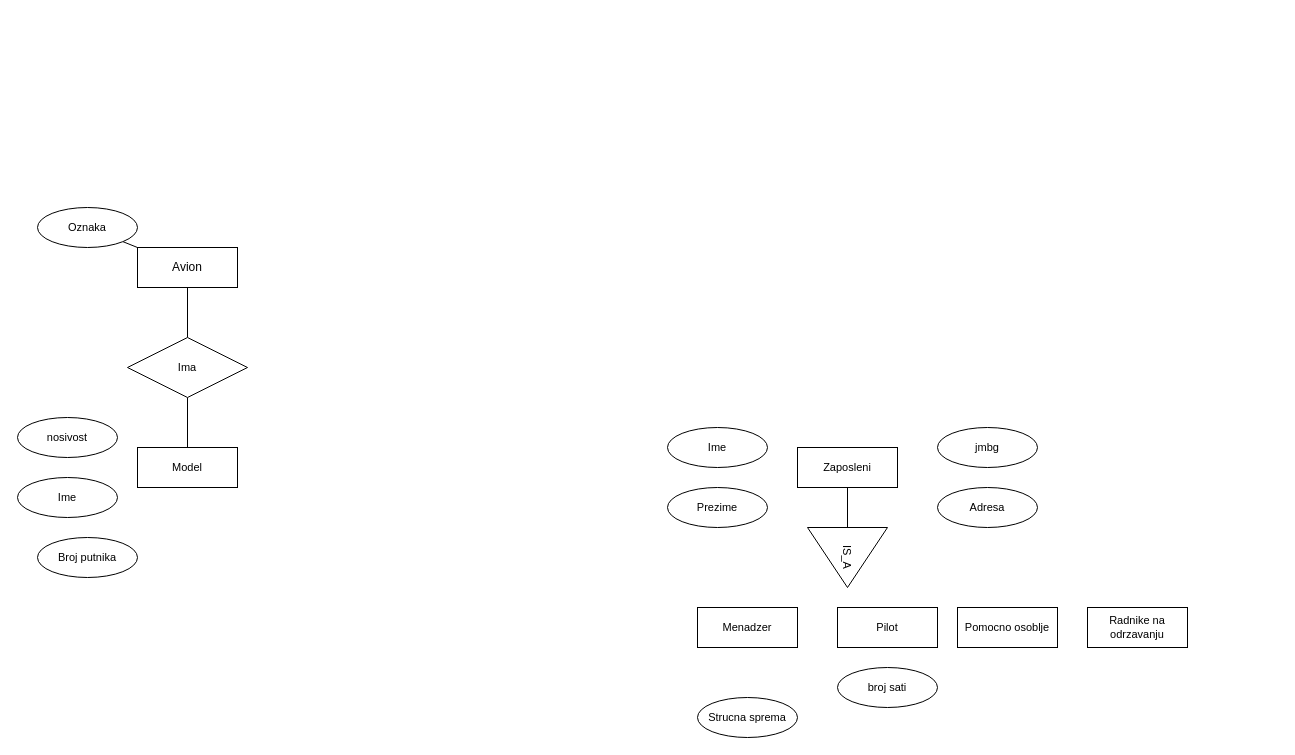
Before: Untitled Diagram.drawio in Shrimp22/aviocompany_jdbc, a draw.io diagram. Source tidied: cells renumbered, new cells numbered last; positions are measured from the earlier drawing's top-left corner, leaving out a move shared by most shapes. Both pictures are drawn from the tidied source at 100%, with x=0, y=0 at pixel (17, 207).
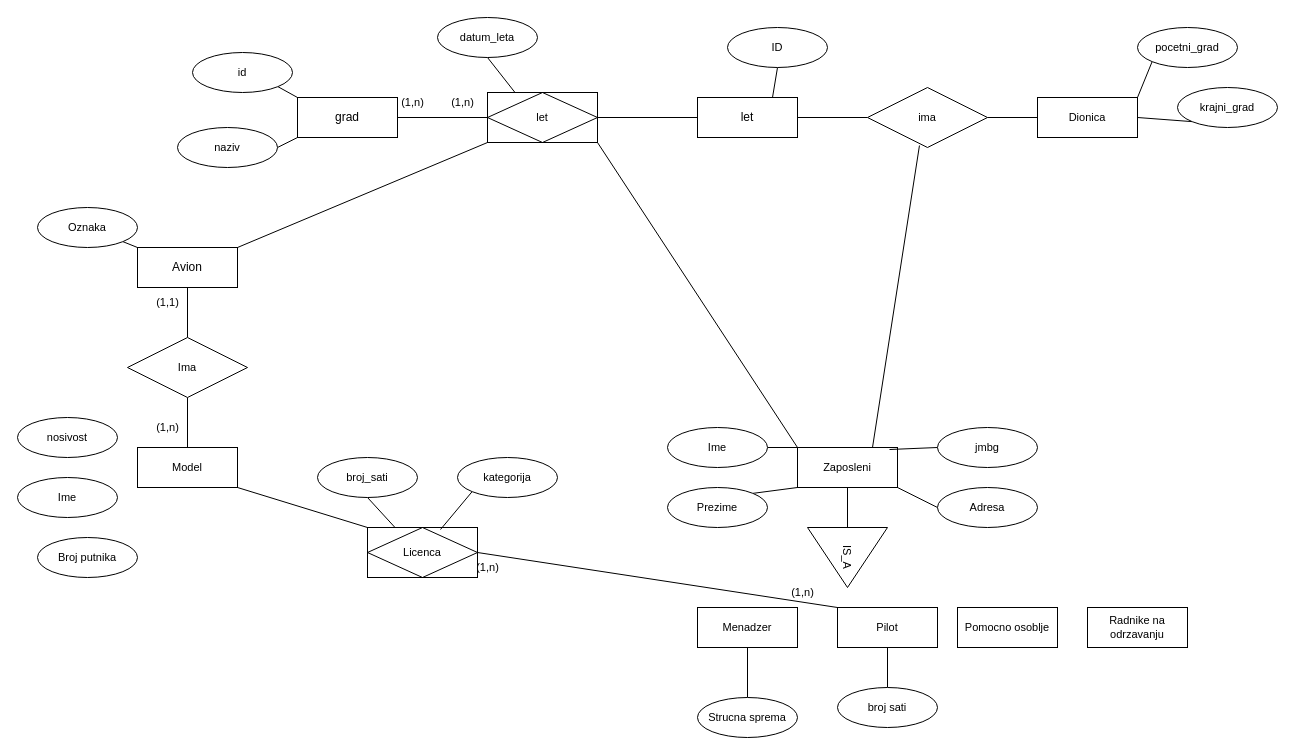
The same page after the edit.

The change refers to these unchanged cells:
```xml
<mxCell id="2" value="Avion" style="whiteSpace=wrap;html=1;align=center;" parent="1" vertex="1">
  <mxGeometry x="120" y="40" width="100" height="40" as="geometry" />
</mxCell>
<mxCell id="5" value="Model" style="whiteSpace=wrap;html=1;align=center;fontFamily=Helvetica;fontSize=11;fontColor=default;" parent="1" vertex="1">
  <mxGeometry x="120" y="240" width="100" height="40" as="geometry" />
</mxCell>
<mxCell id="13" value="Zaposleni" style="whiteSpace=wrap;html=1;align=center;fontFamily=Helvetica;fontSize=11;fontColor=default;" parent="1" vertex="1">
  <mxGeometry x="780" y="240" width="100" height="40" as="geometry" />
</mxCell>
<mxCell id="15" value="Menadzer" style="whiteSpace=wrap;html=1;align=center;fontFamily=Helvetica;fontSize=11;fontColor=default;" parent="1" vertex="1">
  <mxGeometry x="680" y="400" width="100" height="40" as="geometry" />
</mxCell>
<mxCell id="16" value="Pilot" style="whiteSpace=wrap;html=1;align=center;fontFamily=Helvetica;fontSize=11;fontColor=default;" parent="1" vertex="1">
  <mxGeometry x="820" y="400" width="100" height="40" as="geometry" />
</mxCell>
<mxCell id="19" value="Ime" style="ellipse;whiteSpace=wrap;html=1;align=center;fontFamily=Helvetica;fontSize=11;fontColor=default;" parent="1" vertex="1">
  <mxGeometry x="650" y="220" width="100" height="40" as="geometry" />
</mxCell>
<mxCell id="20" value="Prezime" style="ellipse;whiteSpace=wrap;html=1;align=center;fontFamily=Helvetica;fontSize=11;fontColor=default;" parent="1" vertex="1">
  <mxGeometry x="650" y="280" width="100" height="40" as="geometry" />
</mxCell>
<mxCell id="21" value="jmbg" style="ellipse;whiteSpace=wrap;html=1;align=center;fontFamily=Helvetica;fontSize=11;fontColor=default;" parent="1" vertex="1">
  <mxGeometry x="920" y="220" width="100" height="40" as="geometry" />
</mxCell>
<mxCell id="22" value="Adresa" style="ellipse;whiteSpace=wrap;html=1;align=center;fontFamily=Helvetica;fontSize=11;fontColor=default;" parent="1" vertex="1">
  <mxGeometry x="920" y="280" width="100" height="40" as="geometry" />
</mxCell>
<mxCell id="23" value="Strucna sprema" style="ellipse;whiteSpace=wrap;html=1;align=center;fontFamily=Helvetica;fontSize=11;fontColor=default;" parent="1" vertex="1">
  <mxGeometry x="680" y="490" width="100" height="40" as="geometry" />
</mxCell>
```

Diff of the diagram source:
```diff
@@
+    <mxCell id="25" style="edgeStyle=none;shape=connector;rounded=0;jettySize=auto;html=1;exitX=1;exitY=0;exitDx=0;exitDy=0;entryX=0;entryY=1;entryDx=0;entryDy=0;labelBackgroundColor=default;strokeColor=default;fontFamily=Helvetica;fontSize=11;fontColor=default;endArrow=none;" parent="1" edge="1" source="2" target="40">
+      <mxGeometry relative="1" as="geometry" />
+    </mxCell>
@@
+    <mxCell id="26" style="edgeStyle=none;shape=connector;rounded=0;jettySize=auto;html=1;exitX=1;exitY=1;exitDx=0;exitDy=0;entryX=0;entryY=0;entryDx=0;entryDy=0;labelBackgroundColor=default;strokeColor=default;fontFamily=Helvetica;fontSize=11;fontColor=default;endArrow=none;" parent="1" edge="1" source="5" target="42">
+      <mxGeometry relative="1" as="geometry" />
+    </mxCell>
@@
+    <mxCell id="27" style="edgeStyle=none;shape=connector;rounded=0;jettySize=auto;html=1;exitX=0;exitY=0;exitDx=0;exitDy=0;entryX=1;entryY=1;entryDx=0;entryDy=0;labelBackgroundColor=default;strokeColor=default;fontFamily=Helvetica;fontSize=11;fontColor=default;endArrow=none;" parent="1" edge="1" source="13" target="40">
+      <mxGeometry relative="1" as="geometry" />
+    </mxCell>
+    <mxCell id="28" style="edgeStyle=none;shape=connector;rounded=0;jettySize=auto;html=1;exitX=0.75;exitY=0;exitDx=0;exitDy=0;entryX=0.433;entryY=0.967;entryDx=0;entryDy=0;entryPerimeter=0;labelBackgroundColor=default;strokeColor=default;fontFamily=Helvetica;fontSize=11;fontColor=default;endArrow=none;" parent="1" edge="1" source="13" target="53">
+      <mxGeometry relative="1" as="geometry" />
+    </mxCell>
@@
+    <mxCell id="29" style="edgeStyle=none;shape=connector;rounded=0;jettySize=auto;html=1;exitX=1;exitY=0.5;exitDx=0;exitDy=0;entryX=0;entryY=0;entryDx=0;entryDy=0;labelBackgroundColor=default;strokeColor=default;fontFamily=Helvetica;fontSize=11;fontColor=default;endArrow=none;" parent="1" edge="1" source="19" target="13">
+      <mxGeometry relative="1" as="geometry" />
+    </mxCell>
@@
+    <mxCell id="30" style="edgeStyle=none;shape=connector;rounded=0;jettySize=auto;html=1;exitX=1;exitY=0;exitDx=0;exitDy=0;entryX=0;entryY=1;entryDx=0;entryDy=0;labelBackgroundColor=default;strokeColor=default;fontFamily=Helvetica;fontSize=11;fontColor=default;endArrow=none;" parent="1" edge="1" source="20" target="13">
+      <mxGeometry relative="1" as="geometry" />
+    </mxCell>
@@
+    <mxCell id="31" style="edgeStyle=none;shape=connector;rounded=0;jettySize=auto;html=1;exitX=0;exitY=0.5;exitDx=0;exitDy=0;entryX=0.92;entryY=0.05;entryDx=0;entryDy=0;entryPerimeter=0;labelBackgroundColor=default;strokeColor=default;fontFamily=Helvetica;fontSize=11;fontColor=default;endArrow=none;" parent="1" edge="1" source="21" target="13">
+      <mxGeometry relative="1" as="geometry" />
+    </mxCell>
@@
+    <mxCell id="32" style="edgeStyle=none;shape=connector;rounded=0;jettySize=auto;html=1;exitX=0;exitY=0.5;exitDx=0;exitDy=0;entryX=1;entryY=1;entryDx=0;entryDy=0;labelBackgroundColor=default;strokeColor=default;fontFamily=Helvetica;fontSize=11;fontColor=default;endArrow=none;" parent="1" edge="1" source="22" target="13">
+      <mxGeometry relative="1" as="geometry" />
+    </mxCell>
@@
+    <mxCell id="33" style="edgeStyle=none;shape=connector;rounded=0;jettySize=auto;html=1;exitX=0.5;exitY=0;exitDx=0;exitDy=0;entryX=0.5;entryY=1;entryDx=0;entryDy=0;labelBackgroundColor=default;strokeColor=default;fontFamily=Helvetica;fontSize=11;fontColor=default;endArrow=none;" parent="1" edge="1" source="23" target="15">
+      <mxGeometry relative="1" as="geometry" />
+    </mxCell>
@@
+    <mxCell id="34" style="edgeStyle=none;shape=connector;rounded=0;jettySize=auto;html=1;exitX=0.5;exitY=0;exitDx=0;exitDy=0;entryX=0.5;entryY=1;entryDx=0;entryDy=0;labelBackgroundColor=default;strokeColor=default;fontFamily=Helvetica;fontSize=11;fontColor=default;endArrow=none;" parent="1" edge="1" source="24" target="16">
+      <mxGeometry relative="1" as="geometry" />
+    </mxCell>
     <mxCell id="24" value="broj sati" style="ellipse;whiteSpace=wrap;html=1;align=center;fontFamily=Helvetica;fontSize=11;fontColor=default;" parent="1" vertex="1">
-      <mxGeometry x="820" y="460" width="100" height="40" as="geometry" />
+      <mxGeometry x="820" y="480" width="100" height="40" as="geometry" />
     </mxCell>
+    <mxCell id="35" value="grad" style="whiteSpace=wrap;html=1;align=center;" parent="1" vertex="1">
+      <mxGeometry x="280" y="-110" width="100" height="40" as="geometry" />
+    </mxCell>
+    <mxCell id="36" style="edgeStyle=none;shape=connector;rounded=0;jettySize=auto;html=1;exitX=1;exitY=0.5;exitDx=0;exitDy=0;labelBackgroundColor=default;strokeColor=default;fontFamily=Helvetica;fontSize=11;fontColor=default;endArrow=none;" parent="1" edge="1" source="37">
+      <mxGeometry relative="1" as="geometry">
+        <mxPoint x="850" y="-90" as="targetPoint" />
+      </mxGeometry>
+    </mxCell>
+    <mxCell id="37" value="let" style="whiteSpace=wrap;html=1;align=center;" parent="1" vertex="1">
+      <mxGeometry x="680" y="-110" width="100" height="40" as="geometry" />
+    </mxCell>
+    <mxCell id="38" style="edgeStyle=none;shape=connector;rounded=0;jettySize=auto;html=1;exitX=1;exitY=0.5;exitDx=0;exitDy=0;entryX=0;entryY=0.5;entryDx=0;entryDy=0;labelBackgroundColor=default;strokeColor=default;fontFamily=Helvetica;fontSize=11;fontColor=default;endArrow=none;" parent="1" edge="1" source="40" target="37">
+      <mxGeometry relative="1" as="geometry" />
+    </mxCell>
+    <mxCell id="39" style="edgeStyle=none;shape=connector;rounded=0;jettySize=auto;html=1;exitX=0;exitY=0.5;exitDx=0;exitDy=0;entryX=1;entryY=0.5;entryDx=0;entryDy=0;labelBackgroundColor=default;strokeColor=default;fontFamily=Helvetica;fontSize=11;fontColor=default;endArrow=none;" parent="1" edge="1" source="40" target="35">
+      <mxGeometry relative="1" as="geometry" />
+    </mxCell>
+    <mxCell id="40" value="let" style="shape=associativeEntity;whiteSpace=wrap;html=1;align=center;fontFamily=Helvetica;fontSize=11;fontColor=default;" parent="1" vertex="1">
+      <mxGeometry x="470" y="-115" width="110" height="50" as="geometry" />
+    </mxCell>
+    <mxCell id="41" style="edgeStyle=none;shape=connector;rounded=0;jettySize=auto;html=1;exitX=1;exitY=0.5;exitDx=0;exitDy=0;entryX=0;entryY=0;entryDx=0;entryDy=0;labelBackgroundColor=default;strokeColor=default;fontFamily=Helvetica;fontSize=11;fontColor=default;endArrow=none;" parent="1" edge="1" source="42" target="16">
+      <mxGeometry relative="1" as="geometry" />
+    </mxCell>
+    <mxCell id="42" value="Licenca" style="shape=associativeEntity;whiteSpace=wrap;html=1;align=center;fontFamily=Helvetica;fontSize=11;fontColor=default;" parent="1" vertex="1">
+      <mxGeometry x="350" y="320" width="110" height="50" as="geometry" />
+    </mxCell>
+    <mxCell id="43" style="edgeStyle=none;shape=connector;rounded=0;jettySize=auto;html=1;exitX=0.5;exitY=1;exitDx=0;exitDy=0;entryX=0.25;entryY=0;entryDx=0;entryDy=0;labelBackgroundColor=default;strokeColor=default;fontFamily=Helvetica;fontSize=11;fontColor=default;endArrow=none;" parent="1" edge="1" source="44" target="42">
+      <mxGeometry relative="1" as="geometry" />
+    </mxCell>
+    <mxCell id="44" value="broj_sati" style="ellipse;whiteSpace=wrap;html=1;align=center;fontFamily=Helvetica;fontSize=11;fontColor=default;" parent="1" vertex="1">
+      <mxGeometry x="300" y="250" width="100" height="40" as="geometry" />
+    </mxCell>
+    <mxCell id="45" style="edgeStyle=none;shape=connector;rounded=0;jettySize=auto;html=1;exitX=0;exitY=1;exitDx=0;exitDy=0;labelBackgroundColor=default;strokeColor=default;fontFamily=Helvetica;fontSize=11;fontColor=default;endArrow=none;" parent="1" edge="1" source="46">
+      <mxGeometry relative="1" as="geometry">
+        <mxPoint x="423" y="322" as="targetPoint" />
+      </mxGeometry>
+    </mxCell>
+    <mxCell id="46" value="kategorija" style="ellipse;whiteSpace=wrap;html=1;align=center;fontFamily=Helvetica;fontSize=11;fontColor=default;" parent="1" vertex="1">
+      <mxGeometry x="440" y="250" width="100" height="40" as="geometry" />
+    </mxCell>
+    <mxCell id="47" value="Dionica" style="whiteSpace=wrap;html=1;align=center;fontFamily=Helvetica;fontSize=11;fontColor=default;" parent="1" vertex="1">
+      <mxGeometry x="1020" y="-110" width="100" height="40" as="geometry" />
+    </mxCell>
+    <mxCell id="48" style="edgeStyle=none;shape=connector;rounded=0;jettySize=auto;html=1;exitX=0;exitY=1;exitDx=0;exitDy=0;entryX=1;entryY=0;entryDx=0;entryDy=0;labelBackgroundColor=default;strokeColor=default;fontFamily=Helvetica;fontSize=11;fontColor=default;endArrow=none;" parent="1" edge="1" source="49" target="47">
+      <mxGeometry relative="1" as="geometry" />
+    </mxCell>
+    <mxCell id="49" value="pocetni_grad" style="ellipse;whiteSpace=wrap;html=1;align=center;fontFamily=Helvetica;fontSize=11;fontColor=default;" parent="1" vertex="1">
+      <mxGeometry x="1120" y="-180" width="100" height="40" as="geometry" />
+    </mxCell>
+    <mxCell id="50" style="edgeStyle=none;shape=connector;rounded=0;jettySize=auto;html=1;exitX=0;exitY=1;exitDx=0;exitDy=0;entryX=1;entryY=0.5;entryDx=0;entryDy=0;labelBackgroundColor=default;strokeColor=default;fontFamily=Helvetica;fontSize=11;fontColor=default;endArrow=none;" parent="1" edge="1" source="51" target="47">
+      <mxGeometry relative="1" as="geometry" />
+    </mxCell>
+    <mxCell id="51" value="krajni_grad" style="ellipse;whiteSpace=wrap;html=1;align=center;fontFamily=Helvetica;fontSize=11;fontColor=default;" parent="1" vertex="1">
+      <mxGeometry x="1160" y="-120" width="100" height="40" as="geometry" />
+    </mxCell>
+    <mxCell id="52" style="edgeStyle=none;shape=connector;rounded=0;jettySize=auto;html=1;exitX=1;exitY=0.5;exitDx=0;exitDy=0;entryX=0;entryY=0.5;entryDx=0;entryDy=0;labelBackgroundColor=default;strokeColor=default;fontFamily=Helvetica;fontSize=11;fontColor=default;endArrow=none;" parent="1" edge="1" target="47">
+      <mxGeometry relative="1" as="geometry">
+        <mxPoint x="970" y="-90" as="sourcePoint" />
+      </mxGeometry>
+    </mxCell>
+    <mxCell id="53" value="ima" style="shape=rhombus;perimeter=rhombusPerimeter;whiteSpace=wrap;html=1;align=center;fontFamily=Helvetica;fontSize=11;fontColor=default;" parent="1" vertex="1">
+      <mxGeometry x="850" y="-120" width="120" height="60" as="geometry" />
+    </mxCell>
+    <mxCell id="54" value="(1,n)" style="text;html=1;align=center;verticalAlign=middle;strokeColor=none;fillColor=none;fontSize=11;fontFamily=Helvetica;fontColor=default;" parent="1" vertex="1">
+      <mxGeometry x="125" y="205" width="50" height="30" as="geometry" />
+    </mxCell>
+    <mxCell id="55" value="(1,1)" style="text;html=1;align=center;verticalAlign=middle;strokeColor=none;fillColor=none;fontSize=11;fontFamily=Helvetica;fontColor=default;" parent="1" vertex="1">
+      <mxGeometry x="125" y="80" width="50" height="30" as="geometry" />
+    </mxCell>
+    <mxCell id="56" value="(1,n)" style="text;html=1;align=center;verticalAlign=middle;strokeColor=none;fillColor=none;fontSize=11;fontFamily=Helvetica;fontColor=default;" parent="1" vertex="1">
+      <mxGeometry x="760" y="370" width="50" height="30" as="geometry" />
+    </mxCell>
+    <mxCell id="57" value="(1,n)" style="text;html=1;align=center;verticalAlign=middle;strokeColor=none;fillColor=none;fontSize=11;fontFamily=Helvetica;fontColor=default;" parent="1" vertex="1">
+      <mxGeometry x="445" y="345" width="50" height="30" as="geometry" />
+    </mxCell>
+    <mxCell id="58" style="edgeStyle=none;shape=connector;rounded=0;jettySize=auto;html=1;exitX=0.5;exitY=1;exitDx=0;exitDy=0;entryX=0.25;entryY=0;entryDx=0;entryDy=0;labelBackgroundColor=default;strokeColor=default;fontFamily=Helvetica;fontSize=11;fontColor=default;endArrow=none;" parent="1" edge="1" source="59" target="40">
+      <mxGeometry relative="1" as="geometry" />
+    </mxCell>
+    <mxCell id="59" value="datum_leta" style="ellipse;whiteSpace=wrap;html=1;align=center;fontFamily=Helvetica;fontSize=11;fontColor=default;" parent="1" vertex="1">
+      <mxGeometry x="420" y="-190" width="100" height="40" as="geometry" />
+    </mxCell>
+    <mxCell id="60" style="edgeStyle=none;shape=connector;rounded=0;jettySize=auto;html=1;exitX=0.5;exitY=1;exitDx=0;exitDy=0;entryX=0.75;entryY=0;entryDx=0;entryDy=0;labelBackgroundColor=default;strokeColor=default;fontFamily=Helvetica;fontSize=11;fontColor=default;endArrow=none;" parent="1" edge="1" source="61" target="37">
+      <mxGeometry relative="1" as="geometry" />
+    </mxCell>
+    <mxCell id="61" value="ID" style="ellipse;whiteSpace=wrap;html=1;align=center;fontFamily=Helvetica;fontSize=11;fontColor=default;" parent="1" vertex="1">
+      <mxGeometry x="710" y="-180" width="100" height="40" as="geometry" />
+    </mxCell>
+    <mxCell id="62" style="edgeStyle=none;shape=connector;rounded=0;jettySize=auto;html=1;exitX=1;exitY=1;exitDx=0;exitDy=0;entryX=0;entryY=0;entryDx=0;entryDy=0;labelBackgroundColor=default;strokeColor=default;fontFamily=Helvetica;fontSize=11;fontColor=default;endArrow=none;" parent="1" edge="1" source="63" target="35">
+      <mxGeometry relative="1" as="geometry" />
+    </mxCell>
+    <mxCell id="63" value="id" style="ellipse;whiteSpace=wrap;html=1;align=center;fontFamily=Helvetica;fontSize=11;fontColor=default;" parent="1" vertex="1">
+      <mxGeometry x="175" y="-155" width="100" height="40" as="geometry" />
+    </mxCell>
+    <mxCell id="64" style="edgeStyle=none;shape=connector;rounded=0;jettySize=auto;html=1;exitX=1;exitY=0.5;exitDx=0;exitDy=0;entryX=0;entryY=1;entryDx=0;entryDy=0;labelBackgroundColor=default;strokeColor=default;fontFamily=Helvetica;fontSize=11;fontColor=default;endArrow=none;" parent="1" edge="1" source="65" target="35">
+      <mxGeometry relative="1" as="geometry" />
+    </mxCell>
+    <mxCell id="65" value="naziv" style="ellipse;whiteSpace=wrap;html=1;align=center;fontFamily=Helvetica;fontSize=11;fontColor=default;" parent="1" vertex="1">
+      <mxGeometry x="160" y="-80" width="100" height="40" as="geometry" />
+    </mxCell>
+    <mxCell id="66" value="(1,n)" style="text;html=1;align=center;verticalAlign=middle;strokeColor=none;fillColor=none;fontSize=11;fontFamily=Helvetica;fontColor=default;" parent="1" vertex="1">
+      <mxGeometry x="370" y="-120" width="50" height="30" as="geometry" />
+    </mxCell>
+    <mxCell id="67" value="(1,n)" style="text;html=1;align=center;verticalAlign=middle;strokeColor=none;fillColor=none;fontSize=11;fontFamily=Helvetica;fontColor=default;" parent="1" vertex="1">
+      <mxGeometry x="420" y="-120" width="50" height="30" as="geometry" />
+    </mxCell>
```
